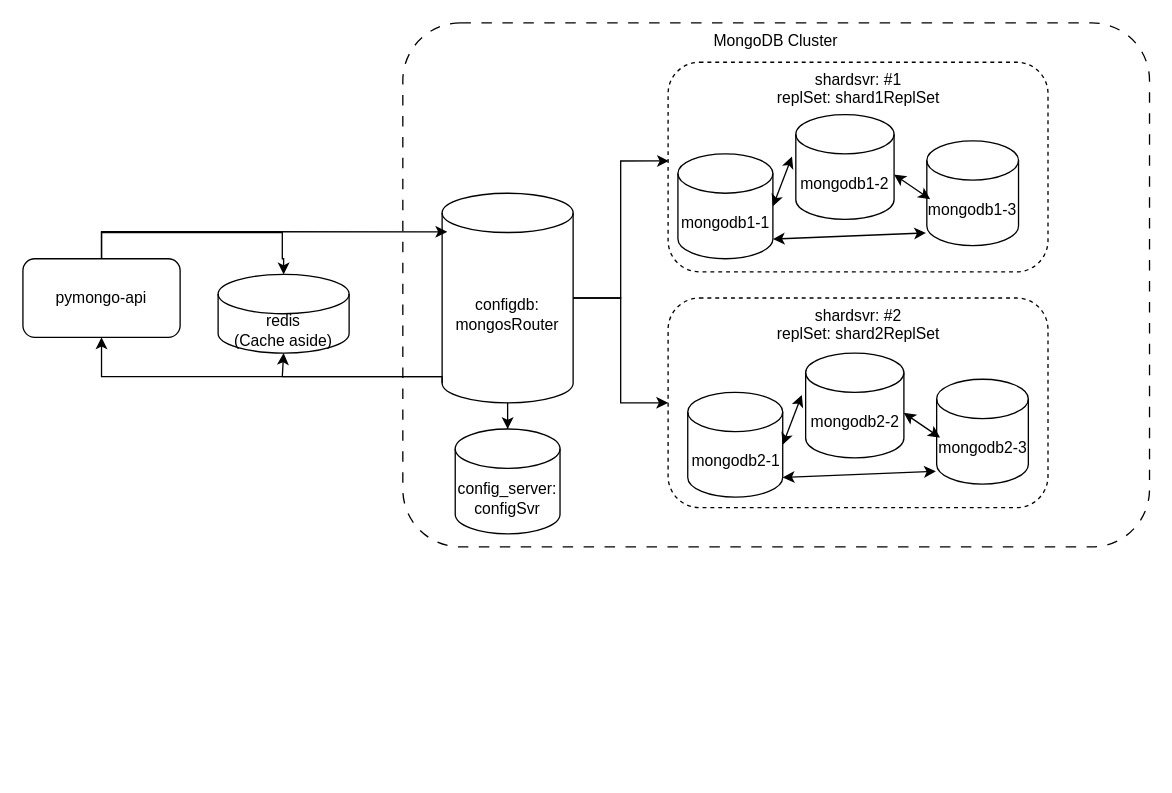
Above: schemas/task1-3.drawio in mironsv/architecture-black_friday (draw.io), before the change. Source tidied: cells renumbered, new cells numbered last; positions are measured from the earlier drawing's top-left corner, leaving out a move shared by most shapes. Both pictures are drawn from the tidied source at 131%, with x=0, y=0 at pixel (22, 22).
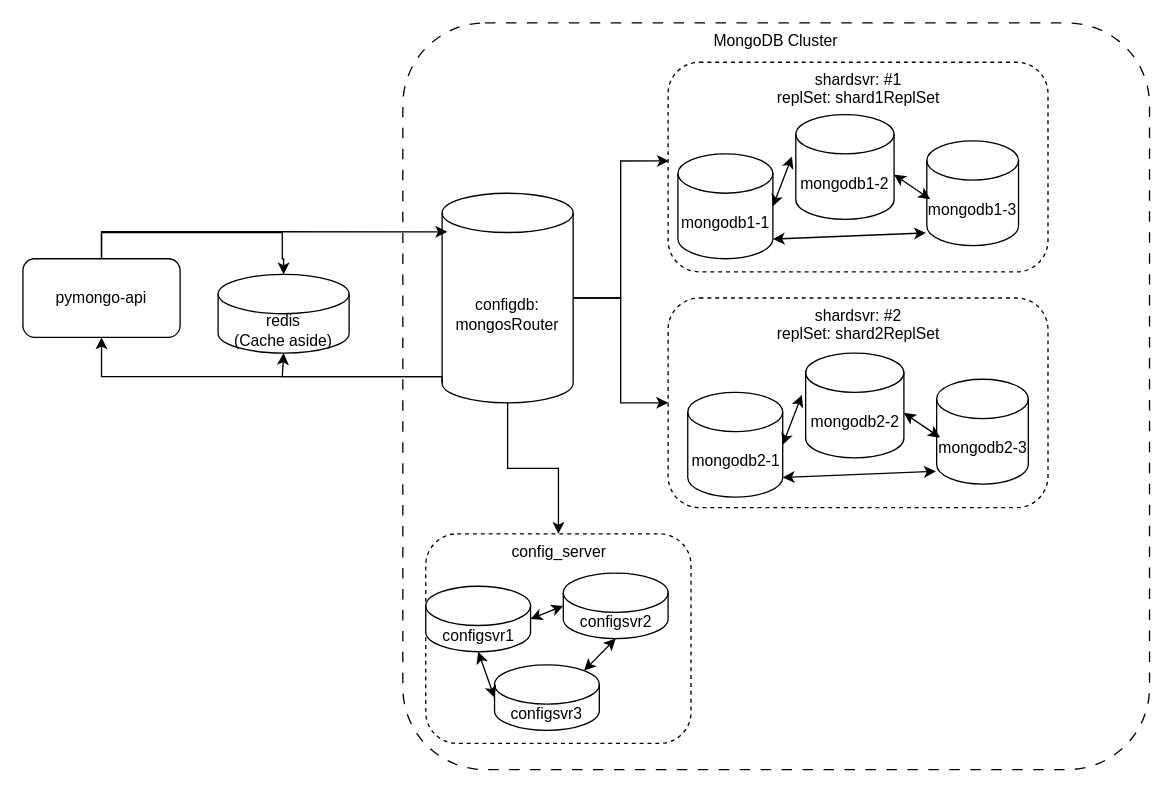
After the change.

Commit message (it also covers changes not shown here):
Task4 Add Redis caching

Unchanged cells that the change refers to:
```xml
<mxCell id="6" value="&lt;div&gt;configdb:&lt;br&gt;mongosRouter&lt;/div&gt;" style="shape=cylinder3;whiteSpace=wrap;html=1;boundedLbl=1;backgroundOutline=1;size=15;" parent="1" vertex="1">
  <mxGeometry x="320" y="130" width="100" height="160" as="geometry" />
</mxCell>
```

The edit, as a diff of the source:
```diff
@@
     <mxCell id="3" value="MongoDB Cluster" style="rounded=1;whiteSpace=wrap;html=1;fillColor=none;dashed=1;dashPattern=8 8;arcSize=11;verticalAlign=top;" parent="1" vertex="1">
-      <mxGeometry x="290" width="570" height="400" as="geometry" />
+      <mxGeometry x="290" width="570" height="570" as="geometry" />
     </mxCell>
@@
-    <mxCell id="9" value="&lt;div&gt;config_server:&lt;br&gt;configSvr&lt;/div&gt;" style="shape=cylinder3;whiteSpace=wrap;html=1;boundedLbl=1;backgroundOutline=1;size=15;" parent="1" vertex="1">
-      <mxGeometry x="330" y="310" width="80" height="80" as="geometry" />
-    </mxCell>
-    <mxCell id="10" style="edgeStyle=orthogonalEdgeStyle;rounded=0;jettySize=auto;html=1;entryX=0.5;entryY=0;entryDx=0;entryDy=0;entryPerimeter=0;" parent="1" edge="1" source="6" target="9">
+    <mxCell id="10" style="edgeStyle=orthogonalEdgeStyle;rounded=0;jettySize=auto;html=1;" parent="1" edge="1" source="6" target="28">
       <mxGeometry relative="1" as="geometry" />
     </mxCell>
@@
+    <mxCell id="28" value="config_server" style="rounded=1;whiteSpace=wrap;html=1;fillColor=none;dashed=1;verticalAlign=top;" parent="1" vertex="1">
+      <mxGeometry x="307.5" y="390" width="202.5" height="160" as="geometry" />
+    </mxCell>
+    <mxCell id="29" value="&lt;div&gt;configsvr1&lt;/div&gt;" style="shape=cylinder3;whiteSpace=wrap;html=1;boundedLbl=1;backgroundOutline=1;size=15;" parent="1" vertex="1">
+      <mxGeometry x="307.5" y="430" width="80" height="50" as="geometry" />
+    </mxCell>
+    <mxCell id="30" value="&lt;div&gt;configsvr3&lt;/div&gt;" style="shape=cylinder3;whiteSpace=wrap;html=1;boundedLbl=1;backgroundOutline=1;size=15;" parent="1" vertex="1">
+      <mxGeometry x="360" y="490" width="80" height="50" as="geometry" />
+    </mxCell>
+    <mxCell id="31" value="&lt;div&gt;configsvr2&lt;/div&gt;" style="shape=cylinder3;whiteSpace=wrap;html=1;boundedLbl=1;backgroundOutline=1;size=15;" parent="1" vertex="1">
+      <mxGeometry x="412.5" y="420" width="80" height="50" as="geometry" />
+    </mxCell>
+    <mxCell id="32" style="endArrow=classic;startArrow=classic;html=1;rounded=0;entryX=0.5;entryY=1;entryDx=0;entryDy=0;entryPerimeter=0;exitX=0;exitY=0.5;exitDx=0;exitDy=0;exitPerimeter=0;" parent="1" edge="1" source="30" target="29">
+      <mxGeometry relative="1" as="geometry" />
+    </mxCell>
+    <mxCell id="33" style="endArrow=classic;startArrow=classic;html=1;rounded=0;entryX=0;entryY=0.5;entryDx=0;entryDy=0;entryPerimeter=0;exitX=1;exitY=0.5;exitDx=0;exitDy=0;exitPerimeter=0;" parent="1" edge="1" source="29" target="31">
+      <mxGeometry relative="1" as="geometry" />
+    </mxCell>
+    <mxCell id="34" style="endArrow=classic;startArrow=classic;html=1;rounded=0;entryX=0.5;entryY=1;entryDx=0;entryDy=0;entryPerimeter=0;exitX=0.855;exitY=0;exitDx=0;exitDy=4.35;exitPerimeter=0;" parent="1" edge="1" source="30" target="31">
+      <mxGeometry relative="1" as="geometry" />
+    </mxCell>
```
